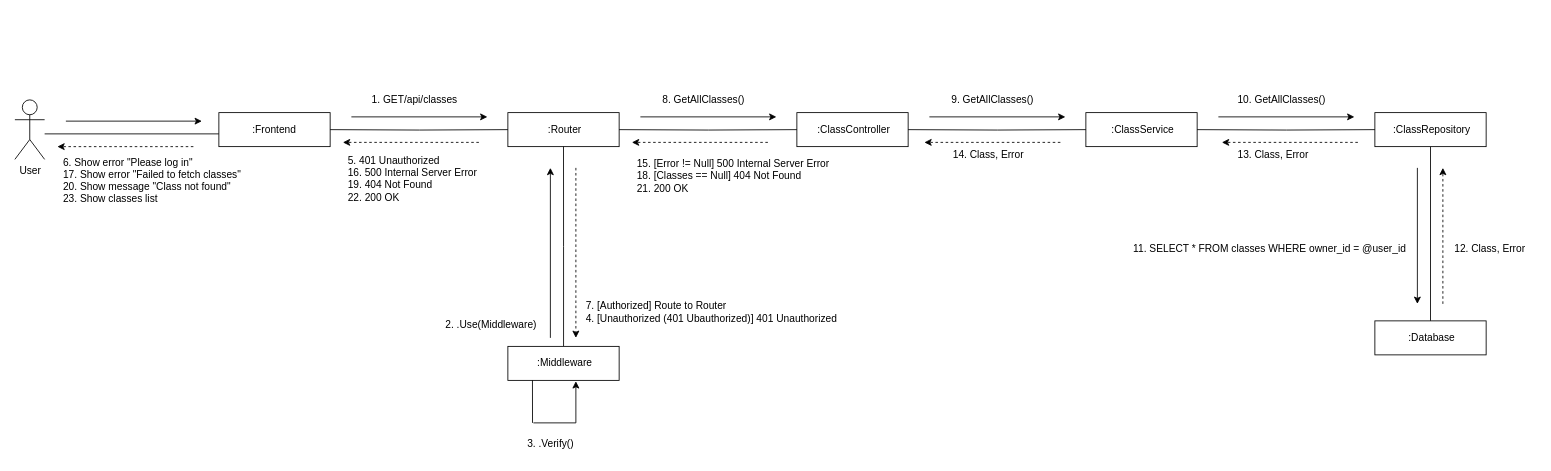
Above: page "CD-Create-quiz-main" (2 of 4) of CD-Create-Quiz/CD-Create-quiz.drawio in CS371-Project-Management/CS371-Collaboration-Diagram (draw.io), before the change. Source tidied: cells renumbered, new cells numbered last; positions are measured from the earlier drawing's top-left corner, leaving out a move shared by most shapes. Both pictures are drawn from the tidied source at 85%, with x=0, y=0 at pixel (14, 87).
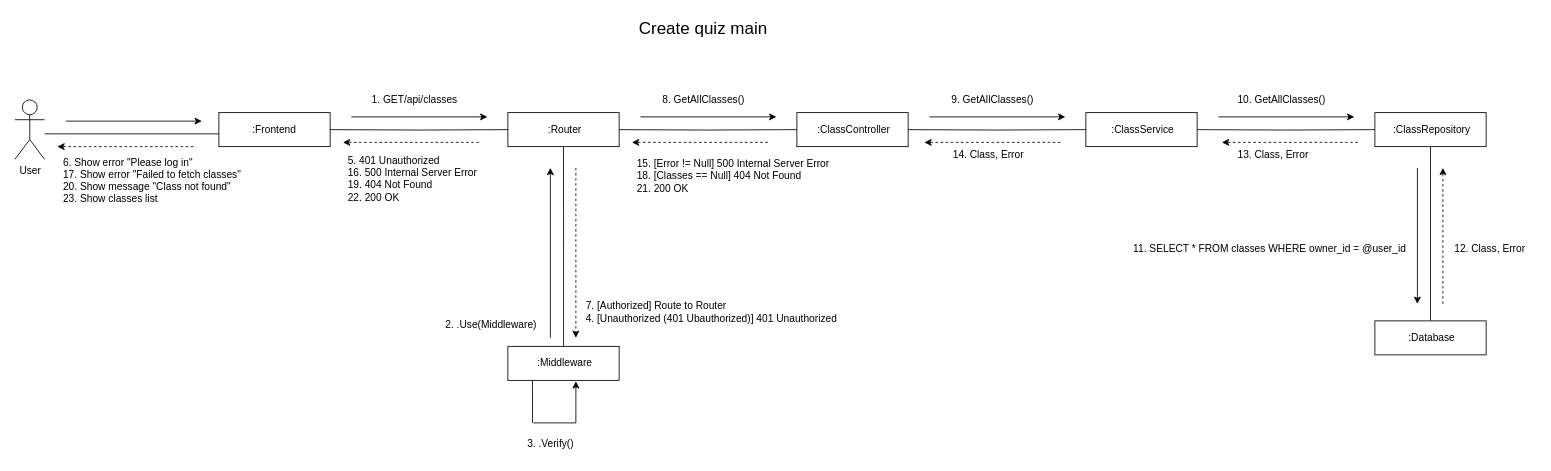
The same page after the edit.

Commit message (it also covers changes not shown here):
fix CD-Create-account-User-with ... and CD-Create-Quiz and Cd-Log-In ...

Change to the diagram source:
```diff
@@
+    <mxCell id="49" value="Create quiz main" style="text;html=1;align=center;verticalAlign=middle;whiteSpace=wrap;rounded=0;fontSize=20;" parent="1" vertex="1">
+      <mxGeometry x="685" y="-85" width="250" height="30" as="geometry" />
+    </mxCell>
```
